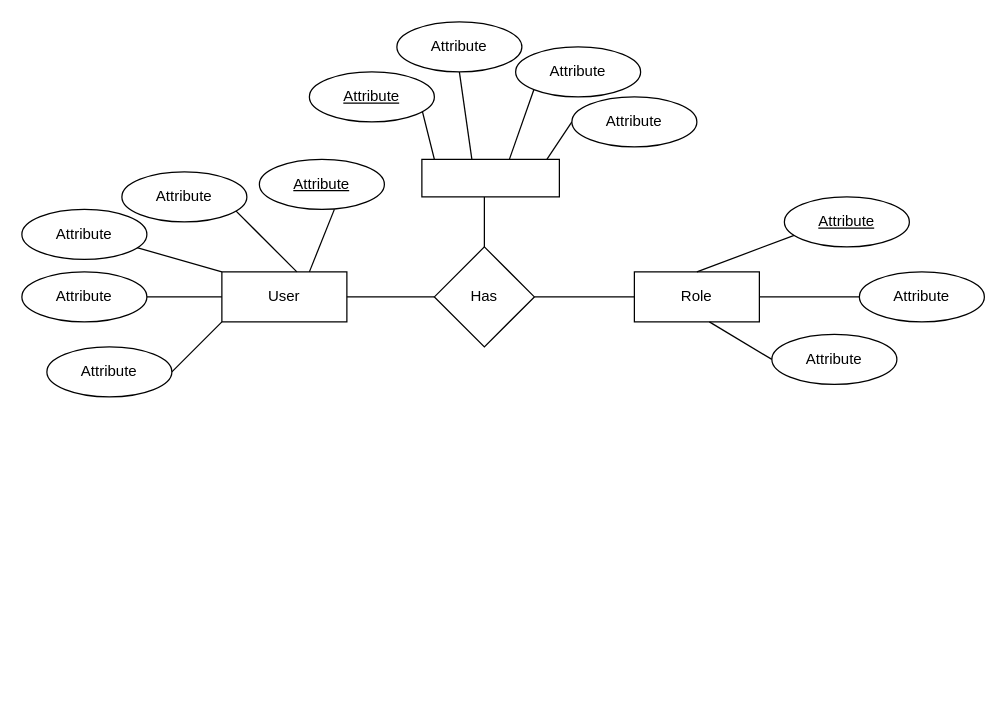
Before: page "Page-2" (2 of 2) of Er diagram of pms.drawio in SamruddhiV43/CCE, a draw.io diagram. Source tidied: cells renumbered, new cells numbered last; positions are measured from the earlier drawing's top-left corner, leaving out a move shared by most shapes. Both pictures are drawn from the tidied source at 125%, with x=0, y=0 at pixel (21, 21).
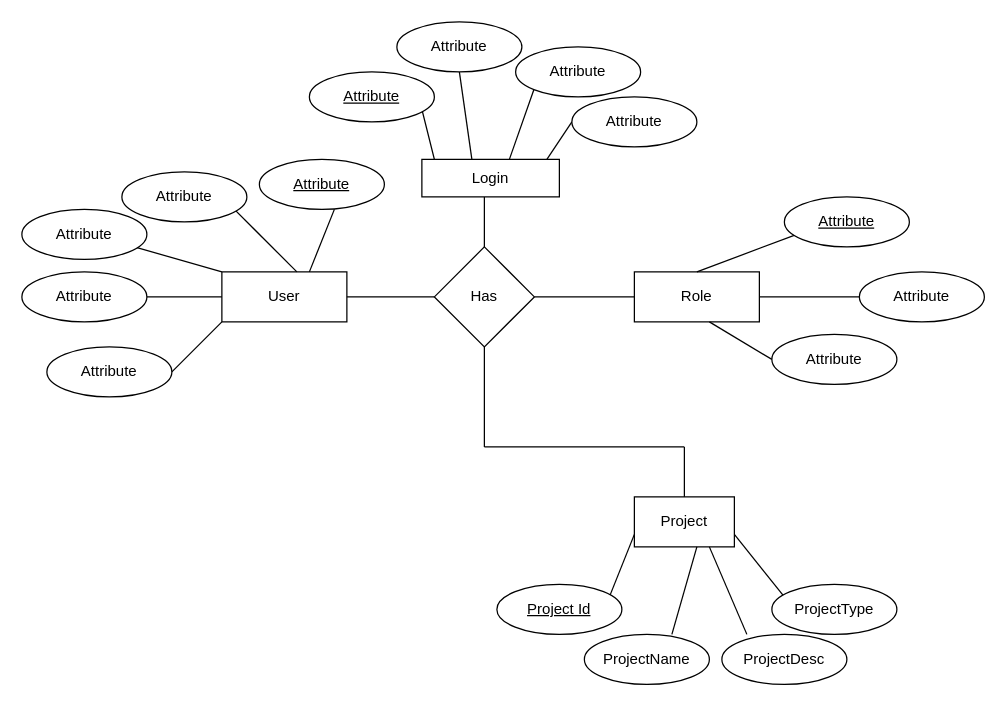
After the change.

Diff of the diagram source:
```diff
@@
-    <mxCell id="8" style="rounded=0;whiteSpace=wrap;html=1;" parent="1" vertex="1">
+    <mxCell id="8" value="Login" style="rounded=0;whiteSpace=wrap;html=1;" parent="1" vertex="1">
       <mxGeometry x="320" y="110" width="110" height="30" as="geometry" />
     </mxCell>
@@
+    <mxCell id="33" style="endArrow=none;html=1;rounded=0;" parent="1" edge="1">
+      <mxGeometry relative="1" as="geometry">
+        <mxPoint x="370" y="260" as="sourcePoint" />
+        <mxPoint x="370" y="340" as="targetPoint" />
+      </mxGeometry>
+    </mxCell>
+    <mxCell id="34" style="endArrow=none;html=1;rounded=0;" parent="1" edge="1">
+      <mxGeometry relative="1" as="geometry">
+        <mxPoint x="370" y="340" as="sourcePoint" />
+        <mxPoint x="530" y="340" as="targetPoint" />
+      </mxGeometry>
+    </mxCell>
+    <mxCell id="35" style="endArrow=none;html=1;rounded=0;" parent="1" edge="1">
+      <mxGeometry relative="1" as="geometry">
+        <mxPoint x="530" y="380" as="sourcePoint" />
+        <mxPoint x="530" y="340" as="targetPoint" />
+      </mxGeometry>
+    </mxCell>
+    <mxCell id="36" value="Project" style="rounded=0;whiteSpace=wrap;html=1;" parent="1" vertex="1">
+      <mxGeometry x="490" y="380" width="80" height="40" as="geometry" />
+    </mxCell>
+    <mxCell id="37" style="endArrow=none;html=1;rounded=0;" parent="1" edge="1">
+      <mxGeometry relative="1" as="geometry">
+        <mxPoint x="470" y="460" as="sourcePoint" />
+        <mxPoint x="490" y="410" as="targetPoint" />
+      </mxGeometry>
+    </mxCell>
+    <mxCell id="38" style="endArrow=none;html=1;rounded=0;" parent="1" edge="1">
+      <mxGeometry relative="1" as="geometry">
+        <mxPoint x="580" y="490" as="sourcePoint" />
+        <mxPoint x="550" y="420" as="targetPoint" />
+      </mxGeometry>
+    </mxCell>
+    <mxCell id="39" style="endArrow=none;html=1;rounded=0;" parent="1" edge="1">
+      <mxGeometry relative="1" as="geometry">
+        <mxPoint x="520" y="490" as="sourcePoint" />
+        <mxPoint x="540" y="420" as="targetPoint" />
+      </mxGeometry>
+    </mxCell>
+    <mxCell id="40" style="endArrow=none;html=1;rounded=0;" parent="1" edge="1">
+      <mxGeometry relative="1" as="geometry">
+        <mxPoint x="570" y="410" as="sourcePoint" />
+        <mxPoint x="610" y="460" as="targetPoint" />
+      </mxGeometry>
+    </mxCell>
+    <mxCell id="41" value="ProjectName" style="ellipse;whiteSpace=wrap;html=1;align=center;" parent="1" vertex="1">
+      <mxGeometry x="450" y="490" width="100" height="40" as="geometry" />
+    </mxCell>
+    <mxCell id="42" value="ProjectType" style="ellipse;whiteSpace=wrap;html=1;align=center;" parent="1" vertex="1">
+      <mxGeometry x="600" y="450" width="100" height="40" as="geometry" />
+    </mxCell>
+    <mxCell id="43" value="ProjectDesc" style="ellipse;whiteSpace=wrap;html=1;align=center;" parent="1" vertex="1">
+      <mxGeometry x="560" y="490" width="100" height="40" as="geometry" />
+    </mxCell>
+    <mxCell id="44" value="Project Id" style="ellipse;whiteSpace=wrap;html=1;align=center;fontStyle=4;" parent="1" vertex="1">
+      <mxGeometry x="380" y="450" width="100" height="40" as="geometry" />
+    </mxCell>
```
